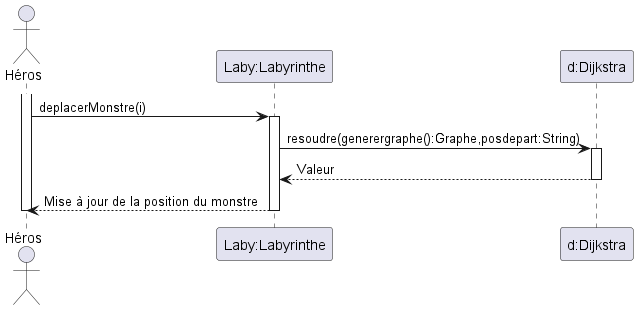
Earlier version of the PlantUML export documents/version_1/AttractionDesMonstresParLeHero.png (Dracosxs/2022_Zeldiablo_MOUGIN_DEFOLIE_KETZINGER_KOLER).
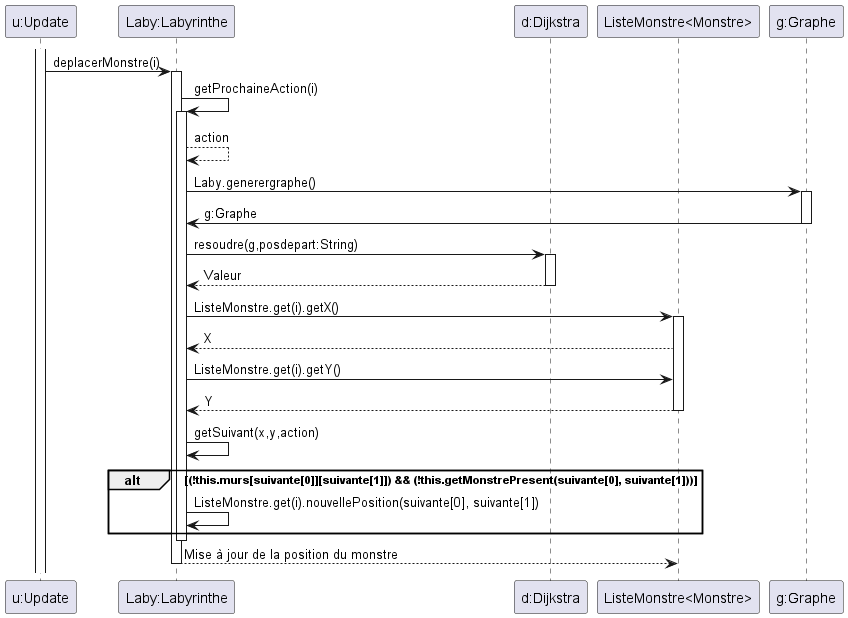
Later version of the same file.

Commit message:
Modification du diagramme de sequence sur l'attraction des monstres par le hero

What changed in the source:
```diff
@@ -1,19 +1,40 @@
 @startuml
 
-actor Héros
+participant "u:Update" as U
 participant "Laby:Labyrinthe" as Lab
 participant "d:Dijkstra" as Dijkstra
+participant "ListeMonstre<Monstre>" as M
+participant "g:Graphe" as G
 
-activate Héros
-Héros -> Lab: deplacerMonstre(i)
+activate U
+U->Lab:deplacerMonstre(i)
 activate Lab
-Lab -> Dijkstra: resoudre(generergraphe():Graphe,posdepart:String)
+Lab -> Lab : getProchaineAction(i)
+activate Lab
+Lab --> Lab : action
+Lab ->G:Laby.generergraphe()
+activate G
+Lab <- G:g:Graphe
+deactivate G
+Lab -> Dijkstra: resoudre(g,posdepart:String)
 activate Dijkstra
 Dijkstra --> Lab: Valeur
 deactivate Dijkstra
-Lab --> Héros: Mise à jour de la position du monstre
+Lab -> M:ListeMonstre.get(i).getX()
+activate M
+Lab <-- M:X
+Lab -> M:ListeMonstre.get(i).getY()
+Lab <-- M:Y
+deactivate M
+Lab -> Lab:getSuivant(x,y,action)
+alt (!this.murs[suivante[0]][suivante[1]]) && (!this.getMonstrePresent(suivante[0], suivante[1]))
+Lab -> Lab:ListeMonstre.get(i).nouvellePosition(suivante[0], suivante[1])
+end
+deactivate Lab
+
+Lab --> M: Mise à jour de la position du monstre
 
 deactivate Lab
-deactivate Héros
+
 
  @enduml
```
